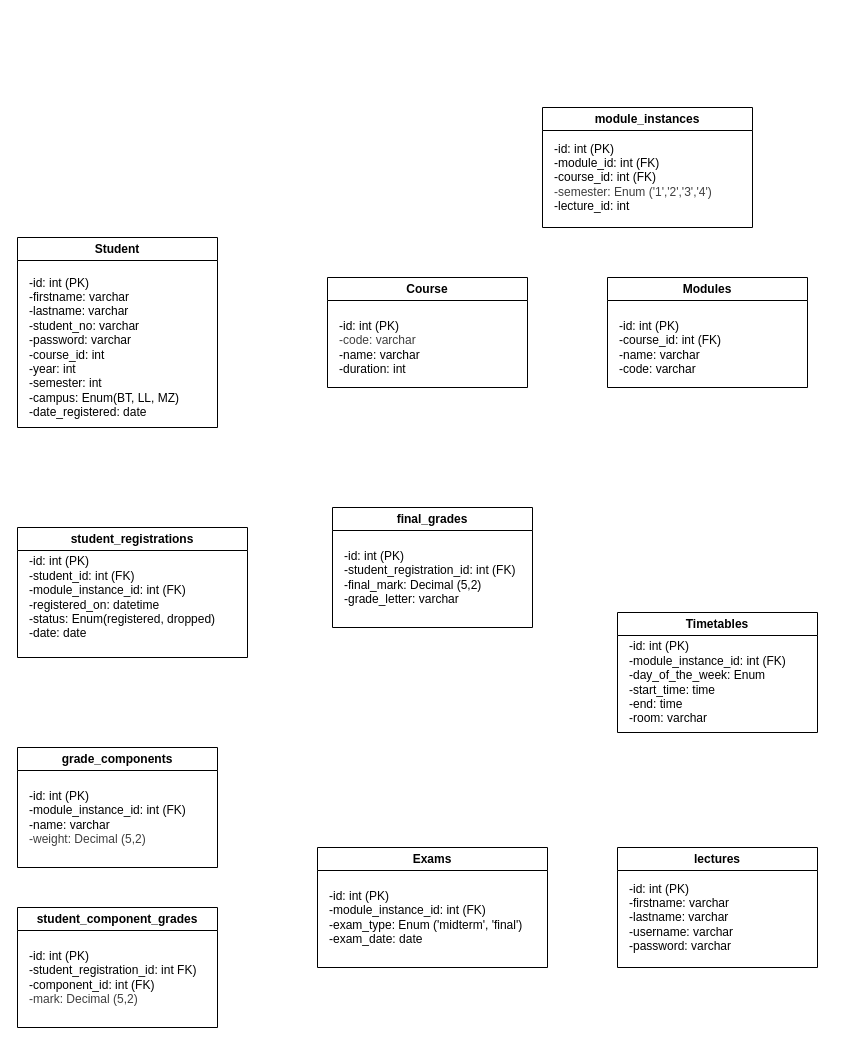
Before: models/schoolReg_class_diagram.drawio in codebytiya/4th-year-project-, a draw.io diagram. Source tidied: cells renumbered, new cells numbered last; positions are measured from the earlier drawing's top-left corner, leaving out a move shared by most shapes. Both pictures are drawn from the tidied source at 100%, with x=0, y=0 at pixel (17, 107).
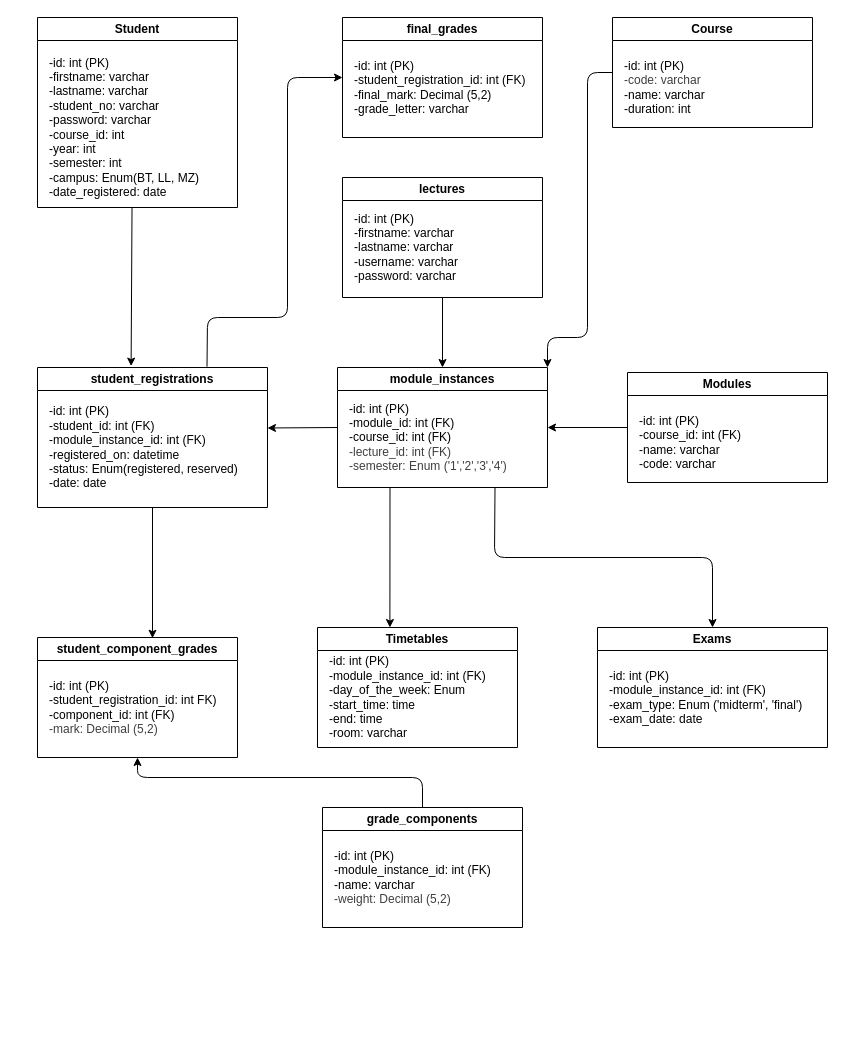
After the change.

Commit message:
class diagram model reworked

The change refers to these unchanged cells:
```xml
<mxCell id="3" value="-id: int (PK)&lt;div&gt;-firstname: varchar&lt;/div&gt;&lt;div&gt;-lastname: varchar&lt;/div&gt;&lt;div&gt;-student_no: varchar&lt;/div&gt;&lt;div&gt;-password: varchar&lt;/div&gt;&lt;div&gt;-course_id: int&lt;/div&gt;&lt;div&gt;-year: int&lt;/div&gt;&lt;div&gt;-semester: int&lt;/div&gt;&lt;div&gt;-campus: Enum(BT, LL, MZ)&lt;/div&gt;&lt;div&gt;-date_registered: date&lt;/div&gt;" style="text;html=1;align=left;verticalAlign=middle;points=[];strokeColor=none;fillColor=none;" parent="2" vertex="1">
  <mxGeometry x="10" y="30" width="170" height="160" as="geometry" />
</mxCell>
```

Diff of the diagram source:
```diff
@@
     <mxCell id="2" value="Student" style="swimlane;whiteSpace=wrap;html=1;" parent="1" vertex="1">
-      <mxGeometry y="130" width="200" height="190" as="geometry" />
+      <mxGeometry x="20" y="-90" width="200" height="190" as="geometry" />
     </mxCell>
@@
+    <mxCell id="24" style="edgeStyle=none;html=1;exitX=0;exitY=0.5;exitDx=0;exitDy=0;entryX=1;entryY=0;entryDx=0;entryDy=0;" parent="1" edge="1" source="4" target="14">
+      <mxGeometry relative="1" as="geometry">
+        <Array as="points">
+          <mxPoint x="570" y="-35" />
+          <mxPoint x="570" y="230" />
+          <mxPoint x="530" y="230" />
+        </Array>
+      </mxGeometry>
+    </mxCell>
     <mxCell id="4" value="Course" style="swimlane;whiteSpace=wrap;html=1;" parent="1" vertex="1">
-      <mxGeometry x="310" y="170" width="200" height="110" as="geometry" />
+      <mxGeometry x="595" y="-90" width="200" height="110" as="geometry" />
     </mxCell>
@@
+    <mxCell id="25" style="edgeStyle=none;html=1;exitX=0;exitY=0.5;exitDx=0;exitDy=0;entryX=1;entryY=0.5;entryDx=0;entryDy=0;" parent="1" edge="1" source="6" target="14">
+      <mxGeometry relative="1" as="geometry" />
+    </mxCell>
     <mxCell id="6" value="Modules" style="swimlane;whiteSpace=wrap;html=1;" parent="1" vertex="1">
-      <mxGeometry x="590" y="170" width="200" height="110" as="geometry" />
+      <mxGeometry x="610" y="265" width="200" height="110" as="geometry" />
     </mxCell>
@@
     <mxCell id="8" value="Timetables" style="swimlane;whiteSpace=wrap;html=1;" parent="1" vertex="1">
-      <mxGeometry x="600" y="505" width="200" height="120" as="geometry" />
+      <mxGeometry x="300" y="520" width="200" height="120" as="geometry" />
     </mxCell>
@@
     <mxCell id="10" value="Exams" style="swimlane;whiteSpace=wrap;html=1;startSize=23;" parent="1" vertex="1">
-      <mxGeometry x="300" y="740" width="230" height="120" as="geometry" />
+      <mxGeometry x="580" y="520" width="230" height="120" as="geometry" />
     </mxCell>
@@
+    <mxCell id="26" style="edgeStyle=none;html=1;entryX=0;entryY=0.5;entryDx=0;entryDy=0;exitX=0.737;exitY=-0.006;exitDx=0;exitDy=0;exitPerimeter=0;" parent="1" edge="1" source="12" target="20">
+      <mxGeometry relative="1" as="geometry">
+        <Array as="points">
+          <mxPoint x="190" y="210" />
+          <mxPoint x="270" y="210" />
+          <mxPoint x="270" y="-30" />
+        </Array>
+      </mxGeometry>
+    </mxCell>
     <mxCell id="12" value="student_registrations" style="swimlane;whiteSpace=wrap;html=1;startSize=23;" parent="1" vertex="1">
-      <mxGeometry y="420" width="230" height="130" as="geometry" />
+      <mxGeometry x="20" y="260" width="230" height="140" as="geometry" />
     </mxCell>
-    <mxCell id="13" value="-id: int (PK)&lt;div&gt;&lt;font color=&quot;#000000&quot;&gt;-student_id: int (FK)&lt;br&gt;&lt;/font&gt;&lt;div&gt;&lt;font color=&quot;#000000&quot;&gt;-module_instance_id: int (FK)&lt;br&gt;&lt;/font&gt;&lt;div&gt;-registered_on: datetime&lt;/div&gt;&lt;div&gt;-status: Enum(registered, dropped)&lt;/div&gt;&lt;/div&gt;&lt;/div&gt;&lt;div&gt;-date: date&lt;/div&gt;" style="text;html=1;align=left;verticalAlign=middle;strokeColor=none;fillColor=none;" parent="12" vertex="1">
-      <mxGeometry x="10" y="20" width="210" height="100" as="geometry" />
+    <mxCell id="13" value="-id: int (PK)&lt;div&gt;&lt;font color=&quot;#000000&quot;&gt;-student_id: int (FK)&lt;br&gt;&lt;/font&gt;&lt;div&gt;&lt;font color=&quot;#000000&quot;&gt;-module_instance_id: int (FK)&lt;br&gt;&lt;/font&gt;&lt;div&gt;-registered_on: datetime&lt;/div&gt;&lt;div&gt;-status: Enum(registered, reserved)&lt;/div&gt;&lt;/div&gt;&lt;/div&gt;&lt;div&gt;-date: date&lt;/div&gt;" style="text;html=1;align=left;verticalAlign=middle;strokeColor=none;fillColor=none;" parent="12" vertex="1">
+      <mxGeometry x="10" y="30" width="210" height="100" as="geometry" />
     </mxCell>
+    <mxCell id="27" style="edgeStyle=none;html=1;exitX=0;exitY=0.5;exitDx=0;exitDy=0;" parent="1" edge="1" source="14">
+      <mxGeometry relative="1" as="geometry">
+        <mxPoint x="250" y="320.5" as="targetPoint" />
+      </mxGeometry>
+    </mxCell>
+    <mxCell id="28" style="edgeStyle=none;html=1;exitX=0.75;exitY=1;exitDx=0;exitDy=0;entryX=0.5;entryY=0;entryDx=0;entryDy=0;" parent="1" edge="1" source="14" target="10">
+      <mxGeometry relative="1" as="geometry">
+        <Array as="points">
+          <mxPoint x="477" y="450" />
+          <mxPoint x="695" y="450" />
+        </Array>
+      </mxGeometry>
+    </mxCell>
     <mxCell id="14" value="module_instances" style="swimlane;whiteSpace=wrap;html=1;" parent="1" vertex="1">
-      <mxGeometry x="525" width="210" height="120" as="geometry" />
+      <mxGeometry x="320" y="260" width="210" height="120" as="geometry" />
     </mxCell>
-    <mxCell id="15" value="-id: int (PK)&lt;div&gt;&lt;font color=&quot;#000000&quot;&gt;-module_id: int (FK)&lt;br&gt;&lt;/font&gt;&lt;div&gt;&lt;font color=&quot;#000000&quot;&gt;-course_id: int (FK)&lt;/font&gt;&lt;/div&gt;&lt;div&gt;&lt;span style=&quot;color: rgb(63, 63, 63); background-color: transparent;&quot;&gt;-semester: Enum ('1','2','3','4')&lt;/span&gt;&lt;div&gt;-lecture_id: int&lt;/div&gt;&lt;/div&gt;&lt;/div&gt;" style="text;html=1;align=left;verticalAlign=middle;strokeColor=none;fillColor=none;" parent="14" vertex="1">
+    <mxCell id="15" value="-id: int (PK)&lt;div&gt;&lt;font color=&quot;#000000&quot;&gt;-module_id: int (FK)&lt;br&gt;&lt;/font&gt;&lt;div&gt;&lt;font color=&quot;#000000&quot;&gt;-course_id: int (FK)&lt;/font&gt;&lt;/div&gt;&lt;div&gt;&lt;font color=&quot;#000000&quot;&gt;&lt;span style=&quot;color: rgb(63, 63, 63);&quot;&gt;-lecture_id: int (FK)&lt;/span&gt;&lt;/font&gt;&lt;/div&gt;&lt;div&gt;&lt;span style=&quot;color: rgb(63, 63, 63); background-color: transparent;&quot;&gt;-semester: Enum ('1','2','3','4')&lt;/span&gt;&lt;/div&gt;&lt;/div&gt;" style="text;html=1;align=left;verticalAlign=middle;strokeColor=none;fillColor=none;" parent="14" vertex="1">
       <mxGeometry x="10" y="25" width="180" height="90" as="geometry" />
     </mxCell>
+    <mxCell id="29" style="edgeStyle=none;html=1;exitX=0.5;exitY=0;exitDx=0;exitDy=0;entryX=0.5;entryY=1;entryDx=0;entryDy=0;" parent="1" edge="1" source="16" target="18">
+      <mxGeometry relative="1" as="geometry">
+        <Array as="points">
+          <mxPoint x="405" y="670" />
+          <mxPoint x="120" y="670" />
+        </Array>
+      </mxGeometry>
+    </mxCell>
     <mxCell id="16" value="grade_components" style="swimlane;whiteSpace=wrap;html=1;" parent="1" vertex="1">
-      <mxGeometry y="640" width="200" height="120" as="geometry" />
+      <mxGeometry x="305" y="700" width="200" height="120" as="geometry" />
     </mxCell>
@@
     <mxCell id="18" value="student_component_grades" style="swimlane;whiteSpace=wrap;html=1;" parent="1" vertex="1">
-      <mxGeometry y="800" width="200" height="120" as="geometry" />
+      <mxGeometry x="20" y="530" width="200" height="120" as="geometry" />
     </mxCell>
@@
     <mxCell id="20" value="final_grades" style="swimlane;whiteSpace=wrap;html=1;" parent="1" vertex="1">
-      <mxGeometry x="315" y="400" width="200" height="120" as="geometry" />
+      <mxGeometry x="325" y="-90" width="200" height="120" as="geometry" />
     </mxCell>
@@
+    <mxCell id="30" style="edgeStyle=none;html=1;exitX=0.5;exitY=1;exitDx=0;exitDy=0;entryX=0.5;entryY=0;entryDx=0;entryDy=0;" parent="1" edge="1" source="22" target="14">
+      <mxGeometry relative="1" as="geometry" />
+    </mxCell>
     <mxCell id="22" value="lectures" style="swimlane;whiteSpace=wrap;html=1;startSize=23;" parent="1" vertex="1">
-      <mxGeometry x="600" y="740" width="200" height="120" as="geometry" />
+      <mxGeometry x="325" y="70" width="200" height="120" as="geometry" />
     </mxCell>
@@
+    <mxCell id="31" style="edgeStyle=none;html=1;entryX=0.407;entryY=-0.01;entryDx=0;entryDy=0;entryPerimeter=0;" parent="1" edge="1" source="3" target="12">
+      <mxGeometry relative="1" as="geometry" />
+    </mxCell>
+    <mxCell id="32" style="edgeStyle=none;html=1;exitX=0.5;exitY=1;exitDx=0;exitDy=0;entryX=0.575;entryY=0.006;entryDx=0;entryDy=0;entryPerimeter=0;" parent="1" edge="1" source="12" target="18">
+      <mxGeometry relative="1" as="geometry" />
+    </mxCell>
+    <mxCell id="33" style="edgeStyle=none;html=1;exitX=0.25;exitY=1;exitDx=0;exitDy=0;entryX=0.362;entryY=0;entryDx=0;entryDy=0;entryPerimeter=0;" parent="1" edge="1" source="14" target="8">
+      <mxGeometry relative="1" as="geometry" />
+    </mxCell>
```
